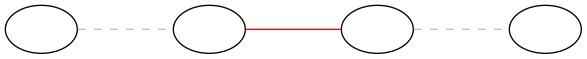
Petrosz007/msc-thesis keeps this Graphviz diagram as graphs/circo/lossy_ob1.dot.png. Above is the earlier version. Its source is kept beside it as graphs/circo/lossy_ob1.dot. Its diagram source:
```dot
graph G {
  a [label=""]
  b [label=""]
  c [label=""]
  d [label=""]

  a -- b [color=gray, style=dashed]
  b -- c [color=red]
  c -- d [color=gray, style=dashed]
}
```
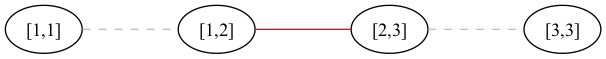
Later version of the same file.

What changed in the source:
```diff
@@ -1,8 +1,8 @@
 graph G {
-  a [label=""]
-  b [label=""]
-  c [label=""]
-  d [label=""]
+  a [label="[1,1]"]
+  b [label="[1,2]"]
+  c [label="[2,3]"]
+  d [label="[3,3]"]
 
   a -- b [color=gray, style=dashed]
   b -- c [color=red]
```
